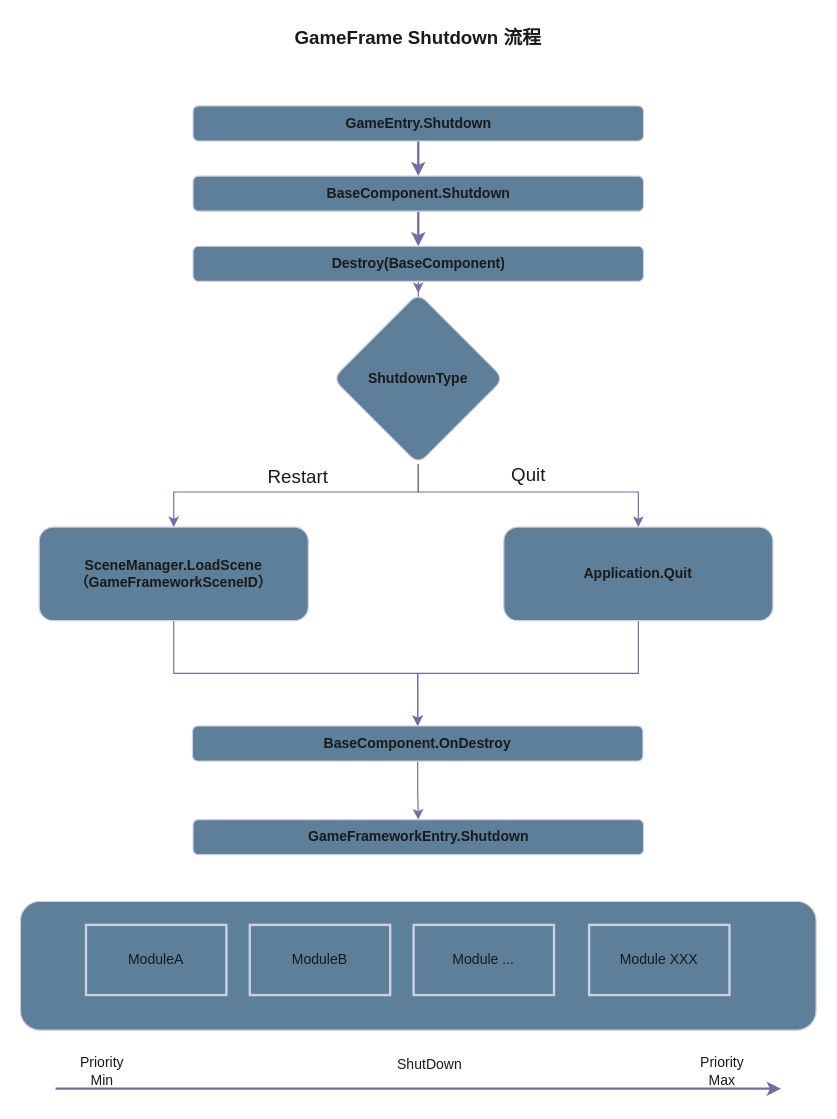
alex520lq/LearnDoc keeps this draw.io diagram as GF Shutdown流程.drawio. Above is the earlier version. Source tidied: cells renumbered, new cells numbered last; positions are measured from the earlier drawing's top-left corner, leaving out a move shared by most shapes. Both pictures are drawn from the tidied source at 117%, with x=0, y=0 at pixel (20, 20).
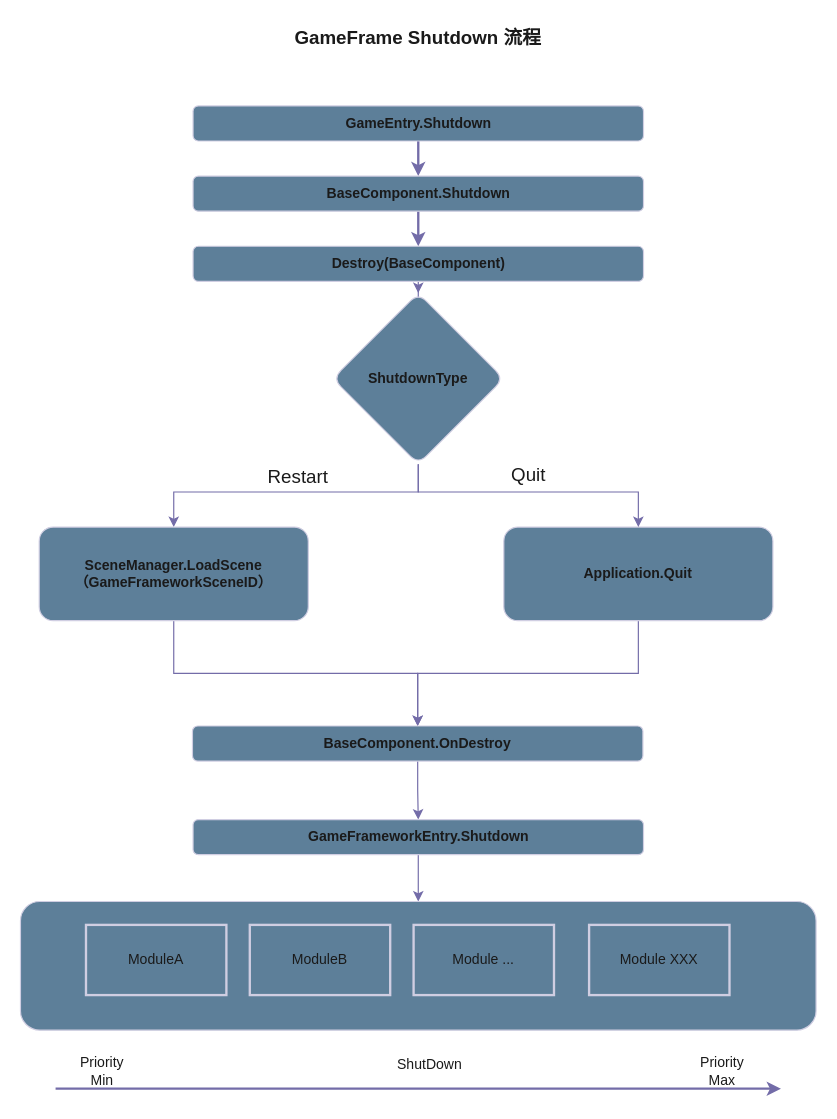
Above is the later version.

Unchanged cells that the change refers to:
```xml
<mxCell id="20" value="GameFrameworkEntry.Shutdown" style="rounded=1;whiteSpace=wrap;html=1;labelBackgroundColor=none;fontStyle=1;strokeWidth=1;fontColor=#1A1A1A;strokeColor=#D0CEE2;fillColor=#5D7F99;" parent="1" vertex="1">
  <mxGeometry x="147.5" y="683" width="385" height="30" as="geometry" />
</mxCell>
<mxCell id="22" style="rounded=1;whiteSpace=wrap;html=1;labelBackgroundColor=none;fontStyle=1;strokeWidth=1;fontColor=#1A1A1A;strokeColor=#D0CEE2;fillColor=#5D7F99;" parent="21" vertex="1">
  <mxGeometry width="680" height="110" as="geometry" />
</mxCell>
```

The edit, as a diff of the source:
```diff
@@
+    <mxCell id="32" style="edgeStyle=orthogonalEdgeStyle;rounded=0;jettySize=auto;html=1;strokeColor=#736CA8;fontColor=#1A1A1A;entryX=0.5;entryY=0;entryDx=0;entryDy=0;" parent="1" edge="1" source="20" target="22">
+      <mxGeometry relative="1" as="geometry" />
+    </mxCell>
```
